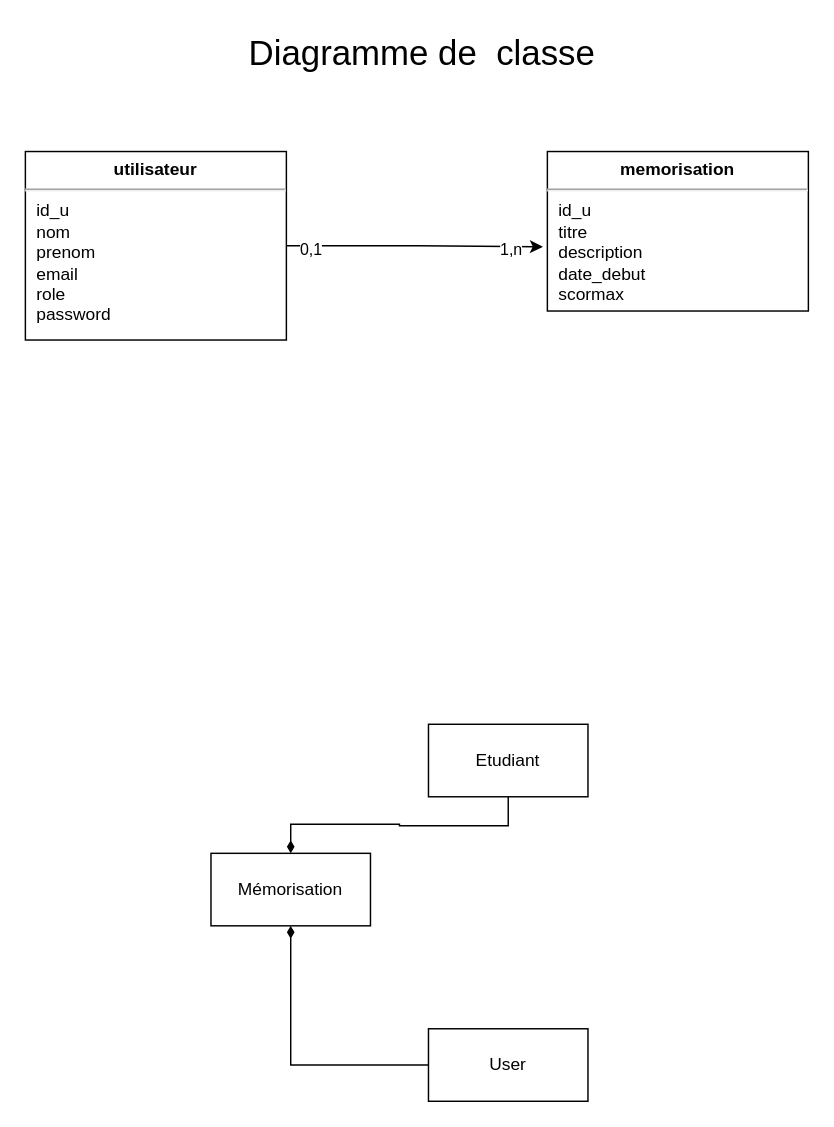
Before: page "Page-4" (4 of 5) of cours/exo.drawio in Alydiabira/LagrandeClassExercice, a draw.io diagram. Source tidied: cells renumbered, new cells numbered last; positions are measured from the earlier drawing's top-left corner, leaving out a move shared by most shapes. Both pictures are drawn from the tidied source at 145%, with x=0, y=0 at pixel (25, 25).
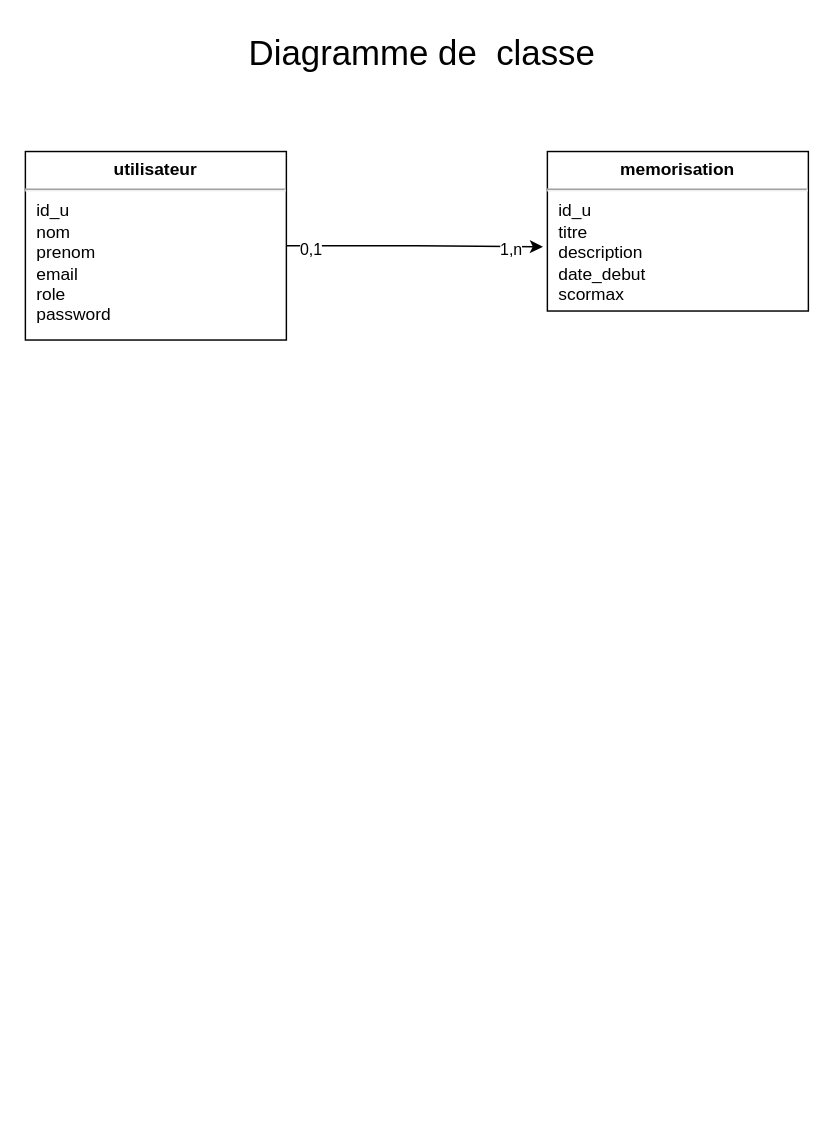
After the change.

The edit, as a diff of the source:
```diff
@@
 <mxGraphModel>
   <root>
     <mxCell id="0" />
     <mxCell id="1" parent="0" />
     <mxCell id="2" style="edgeStyle=orthogonalEdgeStyle;rounded=0;jettySize=auto;html=1;entryX=-0.017;entryY=0.597;entryDx=0;entryDy=0;entryPerimeter=0;" parent="1" edge="1" source="5" target="6">
       <mxGeometry relative="1" as="geometry" />
     </mxCell>
     <mxCell id="3" value="0,1" style="edgeLabel;html=1;align=center;verticalAlign=middle;" parent="2" vertex="1">
       <mxGeometry x="-0.82" y="-2" relative="1" as="geometry" />
     </mxCell>
     <mxCell id="4" value="1,n" style="edgeLabel;html=1;align=center;verticalAlign=middle;" parent="2" vertex="1">
       <mxGeometry x="0.75" y="-2" relative="1" as="geometry" />
     </mxCell>
     <mxCell id="5" value="&lt;p style=&quot;margin:0px;margin-top:6px;text-align:center;&quot;&gt;&lt;b&gt;utilisateur&lt;/b&gt;&lt;/p&gt;&lt;hr&gt;&lt;p style=&quot;margin:0px;margin-left:8px;&quot;&gt;id_u&lt;/p&gt;&lt;p style=&quot;margin:0px;margin-left:8px;&quot;&gt;nom&lt;/p&gt;&lt;p style=&quot;margin:0px;margin-left:8px;&quot;&gt;prenom&lt;/p&gt;&lt;p style=&quot;margin:0px;margin-left:8px;&quot;&gt;email&lt;/p&gt;&lt;p style=&quot;margin:0px;margin-left:8px;&quot;&gt;role&lt;/p&gt;&lt;p style=&quot;margin:0px;margin-left:8px;&quot;&gt;password&lt;br&gt;&lt;/p&gt;" style="align=left;overflow=fill;html=1;whiteSpace=wrap;" parent="1" vertex="1">
       <mxGeometry y="87" width="180" height="130" as="geometry" />
     </mxCell>
     <mxCell id="6" value="&lt;p style=&quot;margin:0px;margin-top:6px;text-align:center;&quot;&gt;&lt;b&gt;memorisation&lt;/b&gt;&lt;/p&gt;&lt;hr&gt;&lt;p style=&quot;margin:0px;margin-left:8px;&quot;&gt;id_u&lt;/p&gt;&lt;p style=&quot;margin:0px;margin-left:8px;&quot;&gt;titre&lt;/p&gt;&lt;p style=&quot;margin:0px;margin-left:8px;&quot;&gt;description&lt;/p&gt;&lt;p style=&quot;margin:0px;margin-left:8px;&quot;&gt;date_debut&lt;/p&gt;&lt;p style=&quot;margin:0px;margin-left:8px;&quot;&gt;scormax&lt;br&gt;&lt;/p&gt;&lt;br&gt;&lt;p style=&quot;margin:0px;margin-left:8px;&quot;&gt;&lt;br&gt;&lt;/p&gt;&lt;p style=&quot;margin:0px;margin-left:8px;&quot;&gt;&lt;br&gt;&lt;/p&gt;" style="align=left;overflow=fill;html=1;whiteSpace=wrap;" parent="1" vertex="1">
       <mxGeometry x="360" y="87" width="180" height="110" as="geometry" />
     </mxCell>
-    <mxCell id="7" style="edgeStyle=orthogonalEdgeStyle;rounded=0;jettySize=auto;html=1;entryX=0.5;entryY=1;entryDx=0;entryDy=0;endArrow=diamondThin;endFill=1;" parent="1" edge="1" source="8" target="11">
-      <mxGeometry relative="1" as="geometry" />
-    </mxCell>
-    <mxCell id="8" value="User" style="html=1;whiteSpace=wrap;" parent="1" vertex="1">
-      <mxGeometry x="278" y="692" width="110" height="50" as="geometry" />
-    </mxCell>
-    <mxCell id="9" style="edgeStyle=orthogonalEdgeStyle;rounded=0;jettySize=auto;html=1;exitX=0.5;exitY=1;exitDx=0;exitDy=0;endArrow=diamondThin;endFill=1;" parent="1" edge="1" source="10" target="11">
-      <mxGeometry relative="1" as="geometry" />
-    </mxCell>
-    <mxCell id="10" value="Etudiant" style="html=1;whiteSpace=wrap;" parent="1" vertex="1">
-      <mxGeometry x="278" y="482" width="110" height="50" as="geometry" />
-    </mxCell>
-    <mxCell id="11" value="Mémorisation&lt;br&gt;" style="html=1;whiteSpace=wrap;" parent="1" vertex="1">
-      <mxGeometry x="128" y="571" width="110" height="50" as="geometry" />
-    </mxCell>
     <mxCell id="12" value="&lt;font style=&quot;font-size: 24px;&quot; face=&quot;Bangers&quot;&gt;&amp;nbsp;Diagramme de&amp;nbsp; classe&lt;br&gt;&lt;/font&gt;" style="text;html=1;align=center;verticalAlign=middle;strokeColor=none;fillColor=none;" parent="1" vertex="1">
       <mxGeometry x="165" width="210" height="40" as="geometry" />
     </mxCell>
   </root>
 </mxGraphModel>
```
